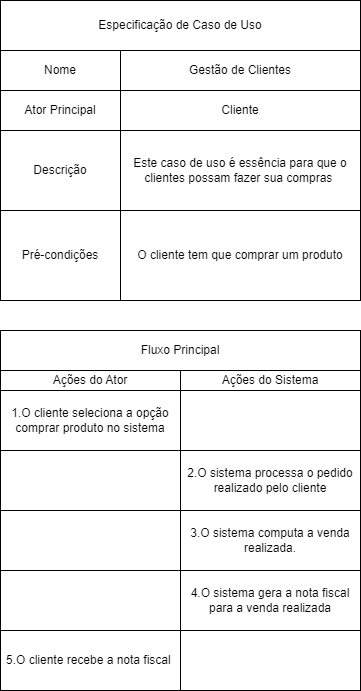
Zaibam/Desenvolvimento-De-Sistemas-1 keeps this draw.io diagram as ECdUGdC.drawio.png. Above is the earlier version. Source tidied: cells renumbered, new cells last; positions are measured from the earlier drawing's top-left corner, leaving out a move shared by most shapes.
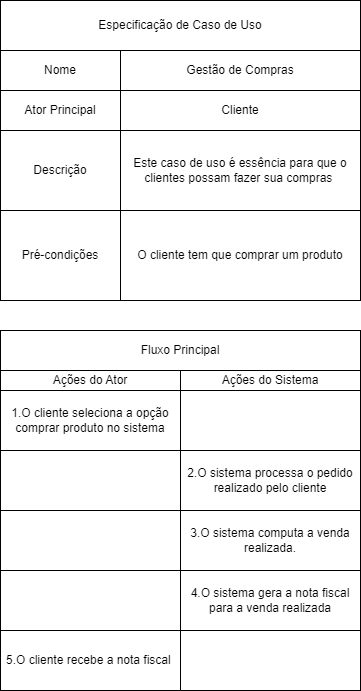
The same diagram one commit later.

The edit, as a diff of the source:
```diff
@@ -26,7 +26,7 @@
     <mxCell id="9" value="Nome" style="rounded=0;whiteSpace=wrap;html=1;" parent="1" vertex="1">
       <mxGeometry y="50" width="120" height="40" as="geometry" />
     </mxCell>
-    <mxCell id="10" value="Gestão de Clientes" style="rounded=0;whiteSpace=wrap;html=1;" parent="1" vertex="1">
+    <mxCell id="10" value="Gestão de Compras" style="rounded=0;whiteSpace=wrap;html=1;" parent="1" vertex="1">
       <mxGeometry x="120" y="50" width="240" height="40" as="geometry" />
     </mxCell>
     <mxCell id="11" value="Fluxo Principal" style="rounded=0;whiteSpace=wrap;html=1;" parent="1" vertex="1">
```
